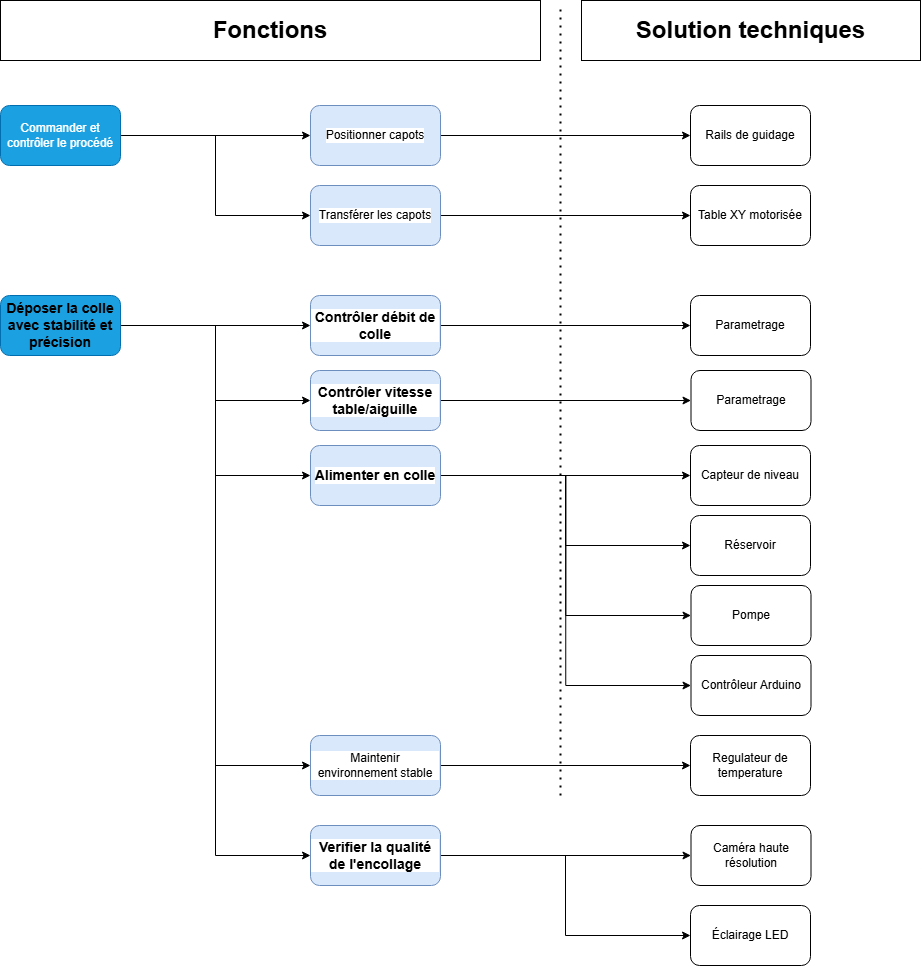
Earlier version of the draw.io export PDCA4/Diagramme_FAST.drawio.png (CharifMah/Systemes_automatises). Source tidied: cells renumbered, new cells last; positions are measured from the earlier drawing's top-left corner, leaving out a move shared by most shapes.
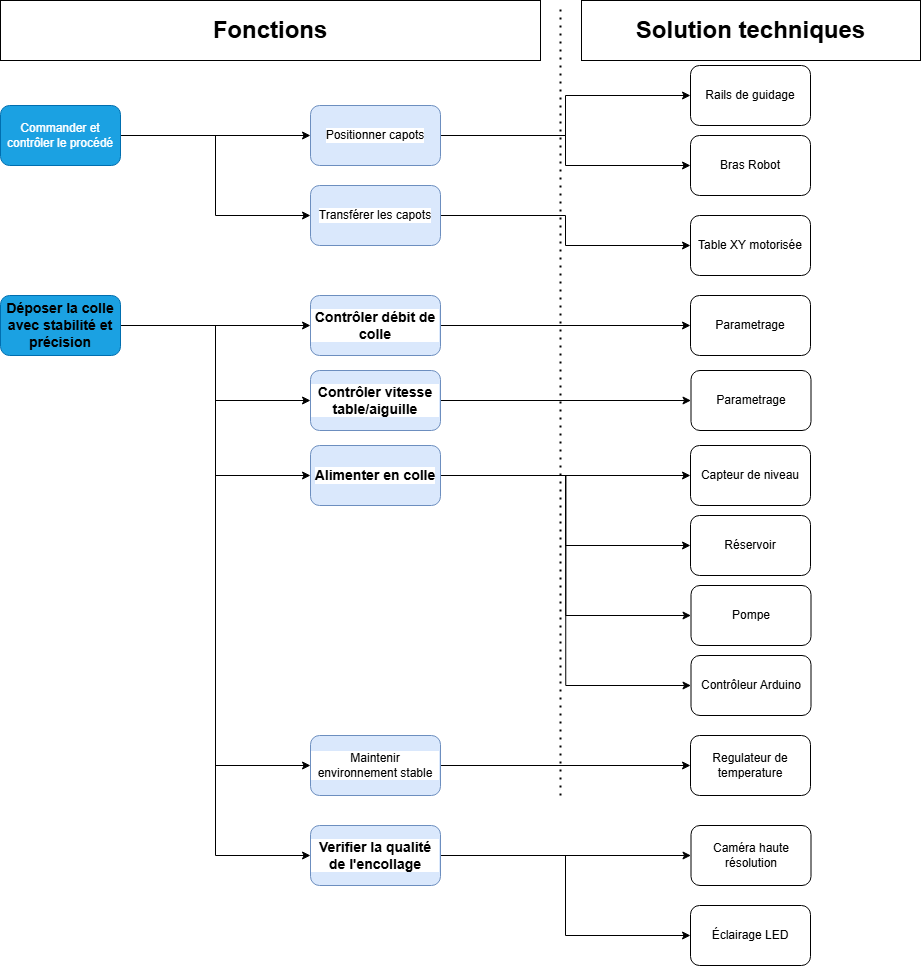
Above is the later version.

Diff of the diagram source:
```diff
@@ -59,6 +59,9 @@
     <mxCell id="20" style="edgeStyle=orthogonalEdgeStyle;rounded=0;jettySize=auto;html=1;entryX=0;entryY=0.5;entryDx=0;entryDy=0;" parent="1" edge="1" source="21" target="35">
       <mxGeometry relative="1" as="geometry" />
     </mxCell>
+    <mxCell id="44" style="edgeStyle=orthogonalEdgeStyle;rounded=0;jettySize=auto;html=1;entryX=0;entryY=0.5;entryDx=0;entryDy=0;" parent="1" edge="1" source="21" target="45">
+      <mxGeometry relative="1" as="geometry" />
+    </mxCell>
     <mxCell id="21" value="Positionner capots" style="rounded=1;whiteSpace=wrap;html=1;labelBackgroundColor=default;labelBorderColor=none;textShadow=0;fillColor=#dae8fc;strokeColor=#6c8ebf;" parent="1" vertex="1">
       <mxGeometry x="310" y="105" width="130" height="60" as="geometry" />
     </mxCell>
@@ -69,7 +72,7 @@
       <mxGeometry x="310" y="735" width="130" height="60" as="geometry" />
     </mxCell>
     <mxCell id="24" value="Table XY motorisée" style="rounded=1;whiteSpace=wrap;html=1;" parent="1" vertex="1">
-      <mxGeometry x="690" y="185" width="120" height="60" as="geometry" />
+      <mxGeometry x="690" y="215" width="120" height="60" as="geometry" />
     </mxCell>
     <mxCell id="25" style="edgeStyle=orthogonalEdgeStyle;rounded=0;jettySize=auto;html=1;entryX=0;entryY=0.5;entryDx=0;entryDy=0;" parent="1" edge="1" source="26" target="14">
       <mxGeometry relative="1" as="geometry" />
@@ -104,8 +107,8 @@
     <mxCell id="34" value="Regulateur de temperature" style="rounded=1;whiteSpace=wrap;html=1;" parent="1" vertex="1">
       <mxGeometry x="690" y="735" width="120" height="60" as="geometry" />
     </mxCell>
-    <mxCell id="35" value="Rails de guidage" style="rounded=1;whiteSpace=wrap;html=1;" parent="1" vertex="1">
-      <mxGeometry x="690" y="105" width="120" height="60" as="geometry" />
+    <mxCell id="35" value="Bras Robot" style="rounded=1;whiteSpace=wrap;html=1;" parent="1" vertex="1">
+      <mxGeometry x="690" y="135" width="120" height="60" as="geometry" />
     </mxCell>
     <mxCell id="36" value="Réservoir " style="rounded=1;whiteSpace=wrap;html=1;" parent="1" vertex="1">
       <mxGeometry x="690" y="515" width="120" height="60" as="geometry" />
@@ -131,5 +134,8 @@
     <mxCell id="43" value="Éclairage LED" style="rounded=1;whiteSpace=wrap;html=1;" parent="1" vertex="1">
       <mxGeometry x="690" y="905" width="120" height="60" as="geometry" />
     </mxCell>
+    <mxCell id="45" value="Rails de guidage" style="rounded=1;whiteSpace=wrap;html=1;" parent="1" vertex="1">
+      <mxGeometry x="690" y="65" width="120" height="60" as="geometry" />
+    </mxCell>
   </root>
 </mxGraphModel>
```
